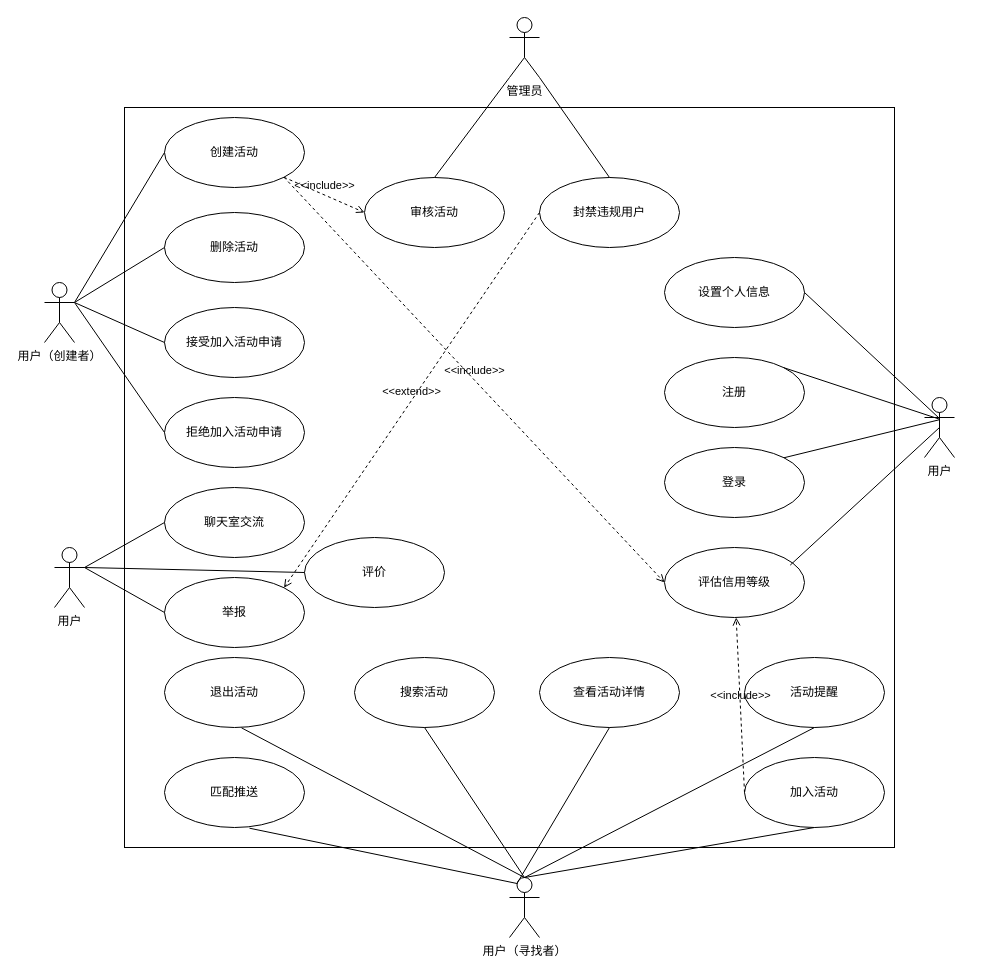
Earlier version of the draw.io diagram docs/Soda_usecase.drawio (Yishanka/Soda). Source tidied: cells renumbered, new cells numbered last; positions are measured from the earlier drawing's top-left corner, leaving out a move shared by most shapes. Both pictures are drawn from the tidied source at 100%, with x=0, y=0 at pixel (44, 17).
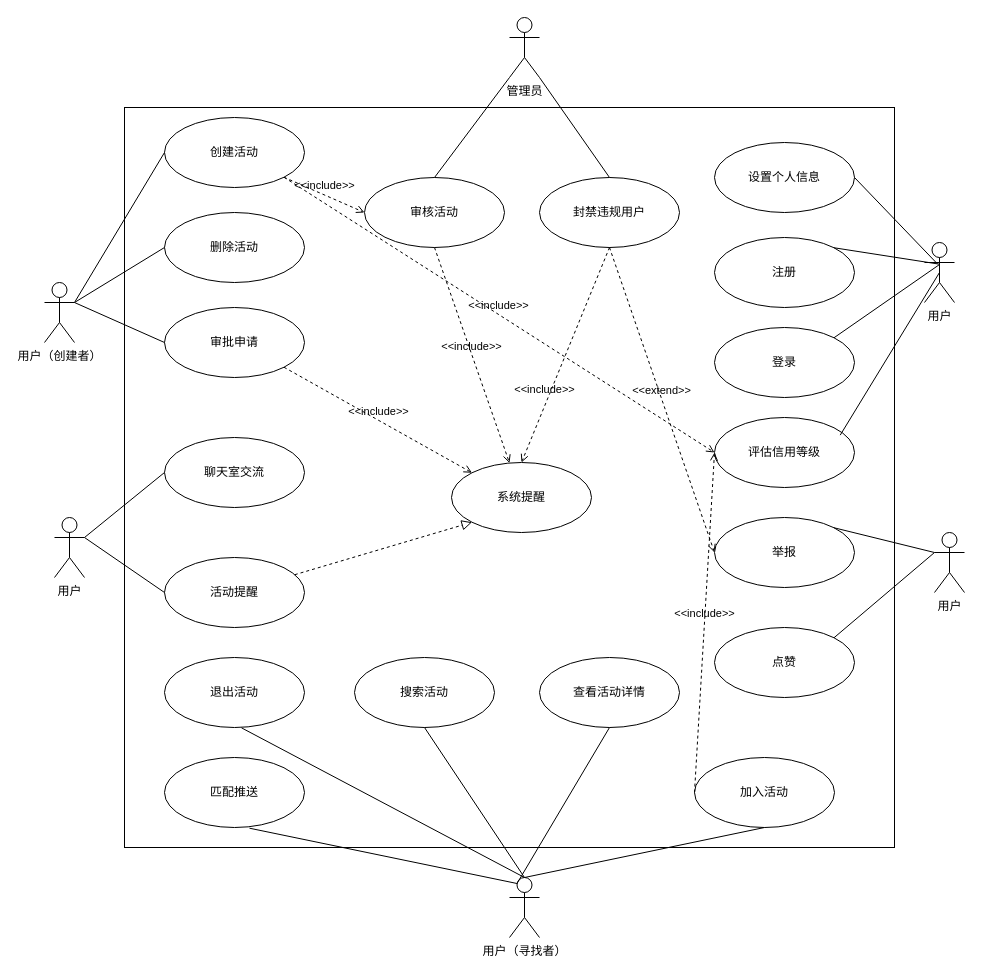
Above is the later version.

Unchanged cells that the change refers to:
```xml
<mxCell id="13" value="用户（寻找者）" style="shape=umlActor;verticalLabelPosition=bottom;verticalAlign=top;html=1;" parent="1" vertex="1">
  <mxGeometry x="465" y="860" width="30" height="60" as="geometry" />
</mxCell>
<mxCell id="23" value="用户（创建者）" style="shape=umlActor;verticalLabelPosition=bottom;verticalAlign=top;html=1;" parent="1" vertex="1">
  <mxGeometry y="265" width="30" height="60" as="geometry" />
</mxCell>
<mxCell id="36" value="审核活动" style="ellipse;whiteSpace=wrap;html=1;" parent="1" vertex="1">
  <mxGeometry x="320" y="160" width="140" height="70" as="geometry" />
</mxCell>
<mxCell id="37" value="封禁违规用户" style="ellipse;whiteSpace=wrap;html=1;" parent="1" vertex="1">
  <mxGeometry x="495" y="160" width="140" height="70" as="geometry" />
</mxCell>
```

Change to the diagram source:
```diff
@@
     <mxCell id="3" value="用户" style="shape=umlActor;verticalLabelPosition=bottom;verticalAlign=top;html=1;" parent="1" vertex="1">
-      <mxGeometry x="880" y="380" width="30" height="60" as="geometry" />
+      <mxGeometry x="880" y="225" width="30" height="60" as="geometry" />
     </mxCell>
     <mxCell id="4" value="登录" style="ellipse;whiteSpace=wrap;html=1;" parent="1" vertex="1">
-      <mxGeometry x="620" y="430" width="140" height="70" as="geometry" />
+      <mxGeometry x="670" y="310" width="140" height="70" as="geometry" />
     </mxCell>
     <mxCell id="5" value="加入活动" style="ellipse;whiteSpace=wrap;html=1;" parent="1" vertex="1">
-      <mxGeometry x="700" y="740" width="140" height="70" as="geometry" />
+      <mxGeometry x="650" y="740" width="140" height="70" as="geometry" />
     </mxCell>
@@
     <mxCell id="7" value="评估信用等级" style="ellipse;whiteSpace=wrap;html=1;" parent="1" vertex="1">
-      <mxGeometry x="620" y="530" width="140" height="70" as="geometry" />
+      <mxGeometry x="670" y="400" width="140" height="70" as="geometry" />
     </mxCell>
     <mxCell id="8" value="&lt;div&gt;&lt;span style=&quot;background-color: transparent; color: light-dark(rgb(0, 0, 0), rgb(255, 255, 255));&quot;&gt;聊天室交流&lt;/span&gt;&lt;/div&gt;" style="ellipse;whiteSpace=wrap;html=1;" parent="1" vertex="1">
-      <mxGeometry x="120" y="470" width="140" height="70" as="geometry" />
+      <mxGeometry x="120" y="420" width="140" height="70" as="geometry" />
     </mxCell>
@@
-    <mxCell id="10" value="活动提醒" style="ellipse;whiteSpace=wrap;html=1;" parent="1" vertex="1">
-      <mxGeometry x="700" y="640" width="140" height="70" as="geometry" />
-    </mxCell>
     <mxCell id="11" value="注册" style="ellipse;whiteSpace=wrap;html=1;" parent="1" vertex="1">
-      <mxGeometry x="620" y="340" width="140" height="70" as="geometry" />
+      <mxGeometry x="670" y="220" width="140" height="70" as="geometry" />
     </mxCell>
     <mxCell id="12" value="设置个人信息" style="ellipse;whiteSpace=wrap;html=1;" parent="1" vertex="1">
-      <mxGeometry x="620" y="240" width="140" height="70" as="geometry" />
+      <mxGeometry x="670" y="125" width="140" height="70" as="geometry" />
     </mxCell>
@@
-    <mxCell id="19" value="接受加入活动申请" style="ellipse;whiteSpace=wrap;html=1;" parent="1" vertex="1">
+    <mxCell id="19" value="审批申请" style="ellipse;whiteSpace=wrap;html=1;" parent="1" vertex="1">
       <mxGeometry x="120" y="290" width="140" height="70" as="geometry" />
     </mxCell>
-    <mxCell id="20" value="拒绝加入活动申请" style="ellipse;whiteSpace=wrap;html=1;" parent="1" vertex="1">
-      <mxGeometry x="120" y="380" width="140" height="70" as="geometry" />
-    </mxCell>
@@
-    <mxCell id="22" style="endArrow=none;html=1;rounded=0;entryX=0;entryY=0.5;entryDx=0;entryDy=0;exitX=1;exitY=0.3333333333333333;exitDx=0;exitDy=0;exitPerimeter=0;" parent="1" edge="1" source="23" target="20">
-      <mxGeometry relative="1" as="geometry" />
-    </mxCell>
@@
-    <mxCell id="25" style="endArrow=none;html=1;rounded=0;entryX=0.5;entryY=1;entryDx=0;entryDy=0;exitX=0.5;exitY=0;exitDx=0;exitDy=0;exitPerimeter=0;" parent="1" edge="1" source="13" target="10">
-      <mxGeometry relative="1" as="geometry" />
-    </mxCell>
@@
-    <mxCell id="30" style="endArrow=none;html=1;rounded=0;entryX=0.5;entryY=0.35;entryDx=0;entryDy=0;entryPerimeter=0;exitX=1;exitY=0.5;exitDx=0;exitDy=0;" parent="1" edge="1" source="12" target="3">
+    <mxCell id="30" style="endArrow=none;html=1;rounded=0;exitX=1;exitY=0.5;exitDx=0;exitDy=0;entryX=0.43;entryY=0.356;entryDx=0;entryDy=0;entryPerimeter=0;" parent="1" edge="1" source="12" target="3">
       <mxGeometry relative="1" as="geometry" />
     </mxCell>
@@
     <mxCell id="40" value="用户" style="shape=umlActor;verticalLabelPosition=bottom;verticalAlign=top;html=1;" parent="1" vertex="1">
-      <mxGeometry x="10" y="530" width="30" height="60" as="geometry" />
+      <mxGeometry x="10" y="500" width="30" height="60" as="geometry" />
     </mxCell>
-    <mxCell id="41" value="评价" style="ellipse;whiteSpace=wrap;html=1;" parent="1" vertex="1">
-      <mxGeometry x="260" y="520" width="140" height="70" as="geometry" />
-    </mxCell>
-    <mxCell id="42" value="举报" style="ellipse;whiteSpace=wrap;html=1;" parent="1" vertex="1">
-      <mxGeometry x="120" y="560" width="140" height="70" as="geometry" />
+    <mxCell id="42" value="活动提醒" style="ellipse;whiteSpace=wrap;html=1;" parent="1" vertex="1">
+      <mxGeometry x="120" y="540" width="140" height="70" as="geometry" />
     </mxCell>
-    <mxCell id="43" style="endArrow=none;html=1;rounded=0;entryX=1;entryY=0.3333333333333333;entryDx=0;entryDy=0;entryPerimeter=0;exitX=0;exitY=0.5;exitDx=0;exitDy=0;" parent="1" edge="1" source="41" target="40">
-      <mxGeometry relative="1" as="geometry" />
-    </mxCell>
@@
-    <mxCell id="47" value="&amp;lt;&amp;lt;extend&amp;gt;&amp;gt;" style="html=1;verticalAlign=bottom;labelBackgroundColor=none;endArrow=open;endFill=0;dashed=1;rounded=0;exitX=0;exitY=0.5;exitDx=0;exitDy=0;entryX=1;entryY=0;entryDx=0;entryDy=0;" parent="1" edge="1" source="37" target="42">
+    <mxCell id="47" value="&amp;lt;&amp;lt;extend&amp;gt;&amp;gt;" style="html=1;verticalAlign=bottom;labelBackgroundColor=none;endArrow=open;endFill=0;dashed=1;rounded=0;entryX=0;entryY=0.5;entryDx=0;entryDy=0;exitX=0.5;exitY=1;exitDx=0;exitDy=0;" parent="1" edge="1" source="37" target="52">
       <mxGeometry relative="1" as="geometry" />
     </mxCell>
@@
-    <mxCell id="49" value="&amp;lt;&amp;lt;include&amp;gt;&amp;gt;" style="html=1;verticalAlign=bottom;labelBackgroundColor=none;endArrow=open;endFill=0;dashed=1;rounded=0;exitX=0;exitY=0.5;exitDx=0;exitDy=0;" parent="1" edge="1" source="5" target="7">
+    <mxCell id="49" value="&amp;lt;&amp;lt;include&amp;gt;&amp;gt;" style="html=1;verticalAlign=bottom;labelBackgroundColor=none;endArrow=open;endFill=0;dashed=1;rounded=0;exitX=0;exitY=0.5;exitDx=0;exitDy=0;entryX=0;entryY=0.5;entryDx=0;entryDy=0;" parent="1" edge="1" source="5" target="7">
       <mxGeometry relative="1" as="geometry" />
     </mxCell>
+    <mxCell id="50" value="用户" style="shape=umlActor;verticalLabelPosition=bottom;verticalAlign=top;html=1;" parent="1" vertex="1">
+      <mxGeometry x="890" y="515" width="30" height="60" as="geometry" />
+    </mxCell>
+    <mxCell id="51" style="endArrow=none;html=1;rounded=0;entryX=0;entryY=0.3333333333333333;entryDx=0;entryDy=0;entryPerimeter=0;exitX=1;exitY=0;exitDx=0;exitDy=0;" parent="1" edge="1" source="53" target="50">
+      <mxGeometry relative="1" as="geometry" />
+    </mxCell>
+    <mxCell id="52" value="举报" style="ellipse;whiteSpace=wrap;html=1;" parent="1" vertex="1">
+      <mxGeometry x="670" y="500" width="140" height="70" as="geometry" />
+    </mxCell>
+    <mxCell id="53" value="点赞" style="ellipse;whiteSpace=wrap;html=1;" parent="1" vertex="1">
+      <mxGeometry x="670" y="610" width="140" height="70" as="geometry" />
+    </mxCell>
+    <mxCell id="54" style="endArrow=none;html=1;rounded=0;entryX=0;entryY=0.3333333333333333;entryDx=0;entryDy=0;entryPerimeter=0;exitX=1;exitY=0;exitDx=0;exitDy=0;" parent="1" edge="1" source="52" target="50">
+      <mxGeometry relative="1" as="geometry" />
+    </mxCell>
+    <mxCell id="55" value="系统提醒" style="ellipse;whiteSpace=wrap;html=1;" parent="1" vertex="1">
+      <mxGeometry x="407" y="445" width="140" height="70" as="geometry" />
+    </mxCell>
+    <mxCell id="56" value="&amp;lt;&amp;lt;include&amp;gt;&amp;gt;" style="html=1;verticalAlign=bottom;labelBackgroundColor=none;endArrow=open;endFill=0;dashed=1;rounded=0;exitX=0.5;exitY=1;exitDx=0;exitDy=0;" parent="1" edge="1" source="36" target="55">
+      <mxGeometry relative="1" as="geometry" />
+    </mxCell>
+    <mxCell id="57" value="&amp;lt;&amp;lt;include&amp;gt;&amp;gt;" style="html=1;verticalAlign=bottom;labelBackgroundColor=none;endArrow=open;endFill=0;dashed=1;rounded=0;exitX=0.5;exitY=1;exitDx=0;exitDy=0;entryX=0.5;entryY=0;entryDx=0;entryDy=0;" parent="1" edge="1" source="37" target="55">
+      <mxGeometry x="0.41" y="-3" relative="1" as="geometry" />
+    </mxCell>
+    <mxCell id="58" style="endArrow=block;startArrow=none;endFill=0;startFill=0;endSize=8;html=1;verticalAlign=bottom;dashed=1;labelBackgroundColor=none;rounded=0;entryX=0;entryY=1;entryDx=0;entryDy=0;" parent="1" edge="1" source="42" target="55">
+      <mxGeometry relative="1" as="geometry" />
+    </mxCell>
+    <mxCell id="59" value="&amp;lt;&amp;lt;include&amp;gt;&amp;gt;" style="html=1;verticalAlign=bottom;labelBackgroundColor=none;endArrow=open;endFill=0;dashed=1;rounded=0;entryX=0;entryY=0;entryDx=0;entryDy=0;exitX=1;exitY=1;exitDx=0;exitDy=0;" parent="1" edge="1" source="19" target="55">
+      <mxGeometry relative="1" as="geometry" />
+    </mxCell>
```
